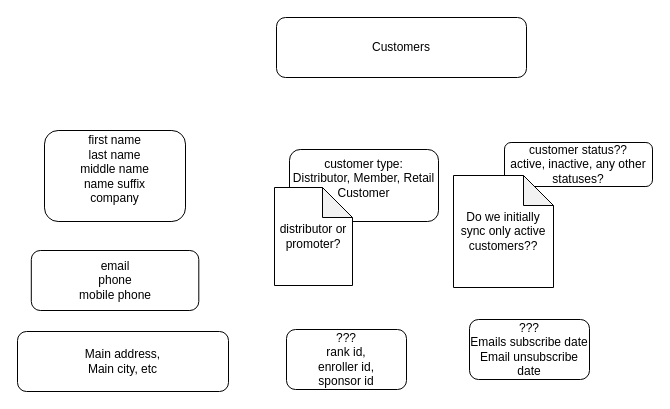
Above: page "Customers model" (1 of 2) of Untitled Diagram.drawio in alexrsunrise/diagrams (draw.io), before the change. Source tidied: cells renumbered, new cells numbered last; positions are measured from the earlier drawing's top-left corner, leaving out a move shared by most shapes. Both pictures are drawn from the tidied source at 100%, with x=0, y=0 at pixel (17, 17).
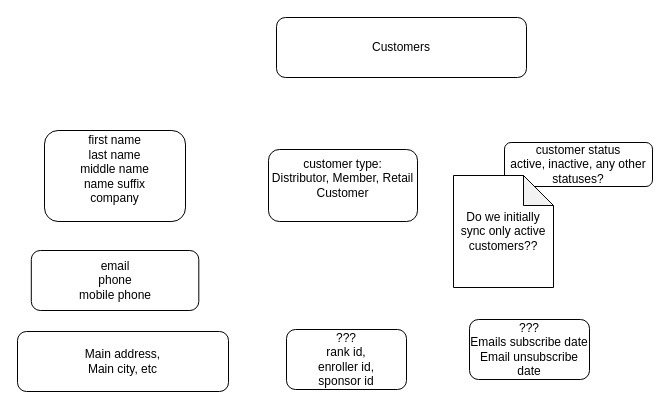
The same diagram, later.

The edit, as a diff of the source:
```diff
@@
 <mxGraphModel>
   <root>
     <mxCell id="0" />
     <mxCell id="1" parent="0" />
     <mxCell id="2" value="Customers" style="rounded=1;whiteSpace=wrap;html=1;" parent="1" vertex="1">
       <mxGeometry x="259" width="250" height="60" as="geometry" />
     </mxCell>
     <mxCell id="3" value="first name&lt;div&gt;last name&lt;/div&gt;&lt;div&gt;middle name&lt;/div&gt;&lt;div&gt;name suffix&lt;/div&gt;&lt;div&gt;company&lt;/div&gt;&lt;div&gt;&lt;br&gt;&lt;/div&gt;" style="rounded=1;whiteSpace=wrap;html=1;" parent="1" vertex="1">
       <mxGeometry x="27" y="113" width="141" height="91" as="geometry" />
     </mxCell>
     <mxCell id="4" value="customer type:&lt;div&gt;Distributor, Member, Retail Customer&lt;br&gt;&lt;div&gt;&lt;br&gt;&lt;/div&gt;&lt;/div&gt;" style="rounded=1;whiteSpace=wrap;html=1;" parent="1" vertex="1">
-      <mxGeometry x="272" y="132" width="149" height="72" as="geometry" />
+      <mxGeometry x="251" y="132" width="149" height="72" as="geometry" />
     </mxCell>
-    <mxCell id="5" value="distributor or promoter?" style="shape=note;whiteSpace=wrap;html=1;backgroundOutline=1;darkOpacity=0.05;" parent="1" vertex="1">
-      <mxGeometry x="257" y="170" width="78" height="98" as="geometry" />
-    </mxCell>
-    <mxCell id="6" value="customer status??&lt;div&gt;active, inactive, any other statuses?&lt;/div&gt;" style="rounded=1;whiteSpace=wrap;html=1;" parent="1" vertex="1">
+    <mxCell id="6" value="customer status&lt;div&gt;active, inactive, any other statuses?&lt;/div&gt;" style="rounded=1;whiteSpace=wrap;html=1;" parent="1" vertex="1">
       <mxGeometry x="487" y="125" width="148" height="44" as="geometry" />
     </mxCell>
     <mxCell id="7" value="email&lt;div&gt;phone&lt;/div&gt;&lt;div&gt;mobile phone&lt;/div&gt;" style="rounded=1;whiteSpace=wrap;html=1;" parent="1" vertex="1">
       <mxGeometry x="13.8" y="233" width="167.5" height="60" as="geometry" />
     </mxCell>
     <mxCell id="8" value="Main address,&lt;div&gt;Main city, etc&lt;/div&gt;" style="rounded=1;whiteSpace=wrap;html=1;" parent="1" vertex="1">
       <mxGeometry y="314" width="211" height="60" as="geometry" />
     </mxCell>
     <mxCell id="9" value="Do we initially sync only active customers??" style="shape=note;whiteSpace=wrap;html=1;backgroundOutline=1;darkOpacity=0.05;" parent="1" vertex="1">
       <mxGeometry x="436" y="158" width="100" height="112" as="geometry" />
     </mxCell>
     <mxCell id="10" value="???&lt;div&gt;rank id,&lt;div&gt;enroller id,&lt;/div&gt;&lt;div&gt;sponsor id&lt;/div&gt;&lt;/div&gt;" style="rounded=1;whiteSpace=wrap;html=1;" parent="1" vertex="1">
       <mxGeometry x="269" y="312" width="120" height="60" as="geometry" />
     </mxCell>
     <mxCell id="11" value="???&lt;div&gt;Emails subscribe date&lt;div&gt;Email unsubscribe date&lt;/div&gt;&lt;/div&gt;" style="rounded=1;whiteSpace=wrap;html=1;" parent="1" vertex="1">
       <mxGeometry x="452" y="302" width="120" height="60" as="geometry" />
     </mxCell>
   </root>
 </mxGraphModel>
```
